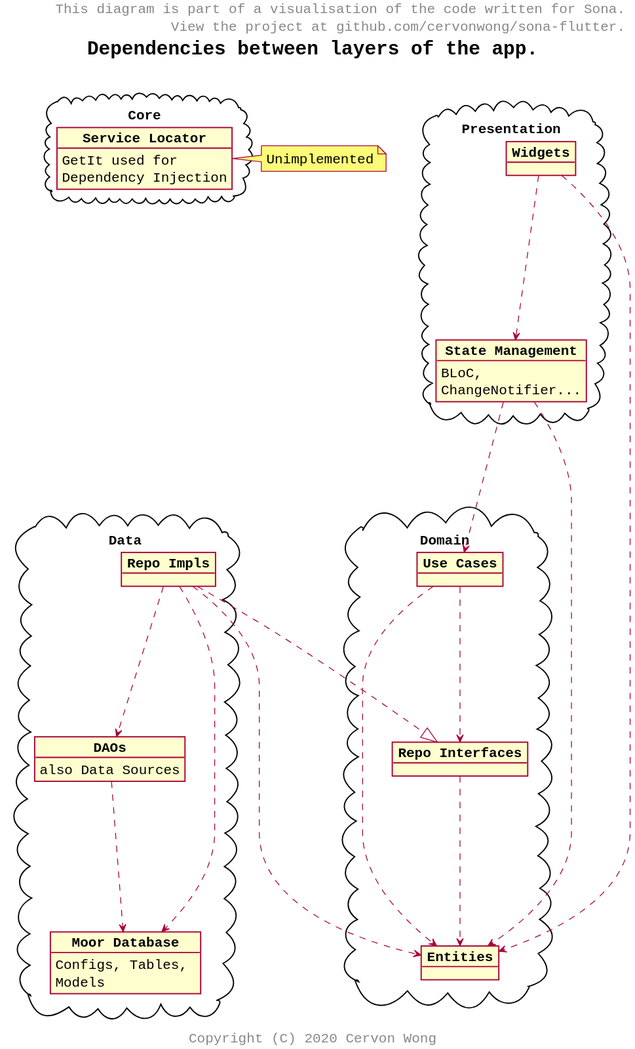
Above: puml/architecture_dependencies.svg in cervonwong/sona-flutter (PlantUML), before the change. The source it was exported from:
```plantuml
@startuml
skinparam classAttributeIconSize 0
skinparam wrapWidth 400

skinparam wrapWidth 200
skinparam maxMessageSize 100
skinparam defaultFontName Monospaced
skinparam defaultFontSize 16
skinparam arrowFontSize 12
skinparam objectFontStyle bold
skinparam titleFontSize 24
skinparam titleFontStyle bold
skinparam shadowing false

header This diagram is part of a visualisation of the code written for Sona.\n View the project at github.com/cervonwong/sona-flutter.
title Dependencies between layers of the app.\n
footer Copyright (C) 2020 Cervon Wong

package Presentation <<Cloud>> {
	object "Widgets" as w
    object "State Management" as s {
    	BLoC, ChangeNotifier...
    }
}

package Domain <<Cloud>> {
	object "Use Cases" as u
	object "Entities" as e
	object "Repo Interfaces" as ir
}

package Data <<Cloud>> {
	object "Repo Impls" as ri
    object "DAOs" AS d {
    	also Data Sources
    }
    object "Moor Database" as db {
    	Configs, Tables, Models
    }
}

package Core <<Cloud>> {
	object "Service Locator" as di {
    	GetIt used for Dependency Injection
    }
}

w  ....>  s
w  ....>  e
s  ....>  u
s  ....>  e
u  ....>  e
u  ....>  ir
ir ....>  e
ri ....|> ir
ri ....>  d
ri ....>  db
ri ....>  e
d  ....>  db

note right of di
Unimplemented
end note

@enduml
```
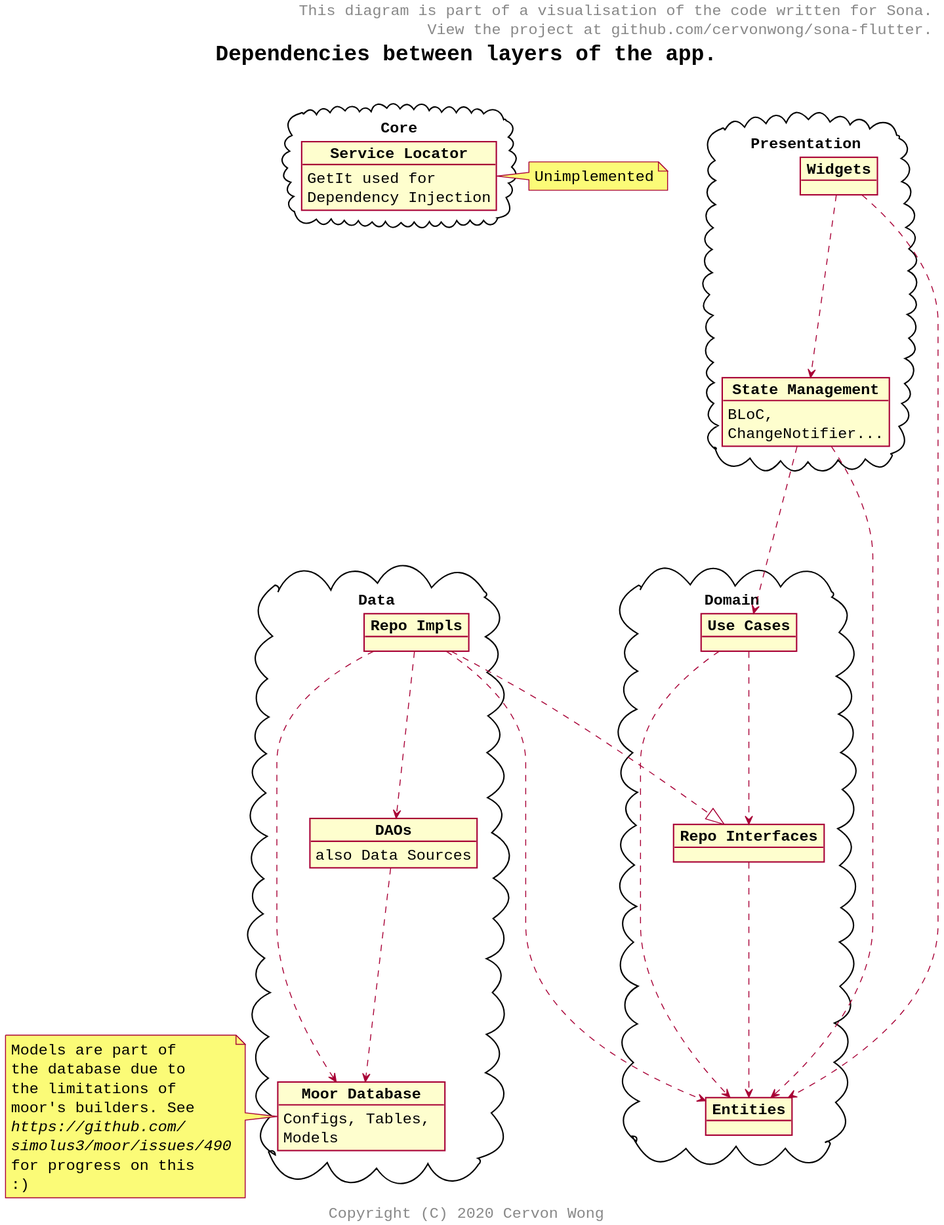
Later version of the same file.

The edit, as a diff of the source:
```diff
@@ -59,7 +59,11 @@
 d  ....>  db
 
 note right of di
-Unimplemented
+	Unimplemented
+end note
+
+note left of db
+	Models are part of the database due to the limitations of moor's builders. See <i>https://github.com/ simolus3/moor/issues/490</i>for progress on this :)
 end note
 
 @enduml
```
